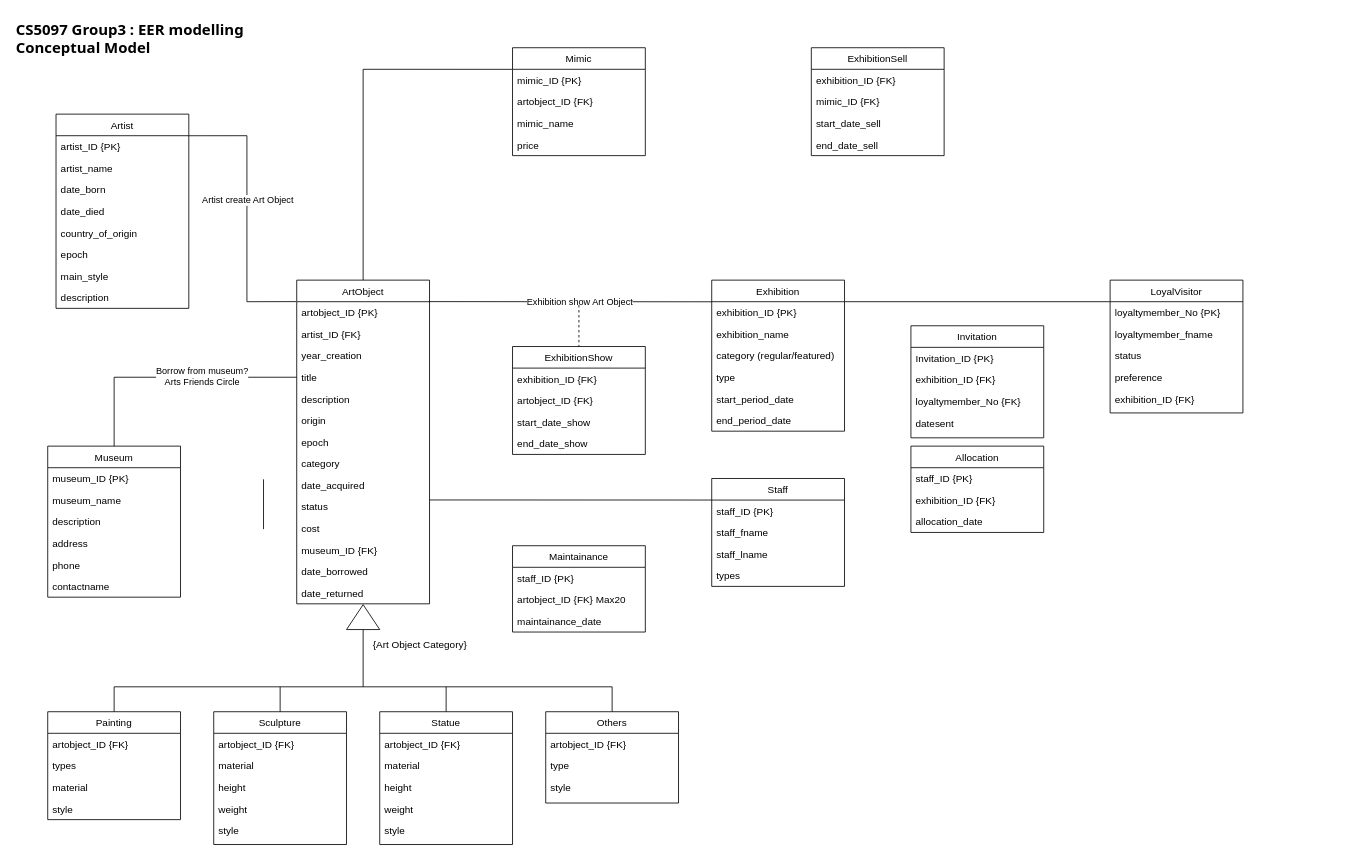
Earlier version of the draw.io diagram Group3_EER_Conceptual-model.drawio (chanokchut/CS5097). Source tidied: cells renumbered, new cells numbered last; positions are measured from the earlier drawing's top-left corner, leaving out a move shared by most shapes. Both pictures are drawn from the tidied source at 83%, with x=0, y=0 at pixel (14, 14).
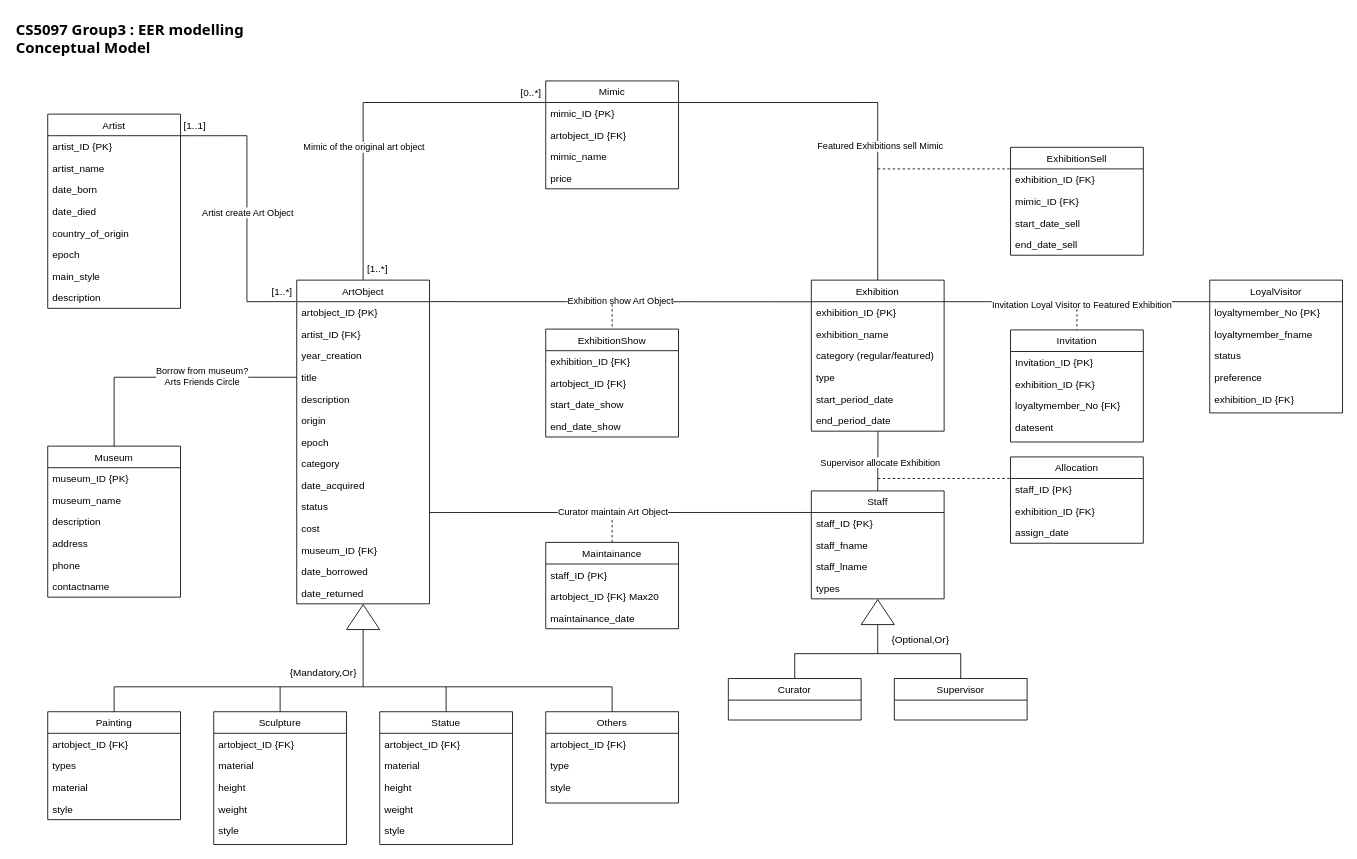
Above is the later version.

The change refers to these unchanged cells:
```xml
<mxCell id="9" value="ArtObject" style="swimlane;fontStyle=0;align=center;verticalAlign=top;horizontal=1;startSize=26;rounded=0;shadow=0;strokeWidth=1;" parent="1" vertex="1">
  <mxGeometry x="340" y="320" width="160" height="390" as="geometry" />
</mxCell>
<mxCell id="19" value="status" style="text;align=left;verticalAlign=top;spacingLeft=4;spacingRight=4;overflow=hidden;points=[[0,0.5],[1,0.5]];portConstraint=eastwest;" parent="9" vertex="1">
  <mxGeometry y="260" width="160" height="26" as="geometry" />
</mxCell>
<mxCell id="60" value="end_period_date" style="text;align=left;verticalAlign=top;spacingLeft=4;spacingRight=4;overflow=hidden;points=[[0,0.5],[1,0.5]];portConstraint=eastwest;" parent="54" vertex="1">
  <mxGeometry y="156" width="160" height="26" as="geometry" />
</mxCell>
<mxCell id="62" value="mimic_ID {PK}" style="text;align=left;verticalAlign=top;spacingLeft=4;spacingRight=4;overflow=hidden;points=[[0,0.5],[1,0.5]];portConstraint=eastwest;" parent="61" vertex="1">
  <mxGeometry y="26" width="160" height="26" as="geometry" />
</mxCell>
<mxCell id="73" value="staff_ID {PK}" style="text;align=left;verticalAlign=top;spacingLeft=4;spacingRight=4;overflow=hidden;points=[[0,0.5],[1,0.5]];portConstraint=eastwest;" parent="72" vertex="1">
  <mxGeometry y="26" width="160" height="26" as="geometry" />
</mxCell>
<mxCell id="82" value="staff_ID {PK}" style="text;align=left;verticalAlign=top;spacingLeft=4;spacingRight=4;overflow=hidden;points=[[0,0.5],[1,0.5]];portConstraint=eastwest;" parent="81" vertex="1">
  <mxGeometry y="26" width="160" height="26" as="geometry" />
</mxCell>
<mxCell id="91" value="exhibition_ID {FK}" style="text;align=left;verticalAlign=top;spacingLeft=4;spacingRight=4;overflow=hidden;points=[[0,0.5],[1,0.5]];portConstraint=eastwest;" parent="90" vertex="1">
  <mxGeometry y="26" width="160" height="26" as="geometry" />
</mxCell>
<mxCell id="111" style="endArrow=none;html=1;rounded=0;exitX=0.999;exitY=0.002;exitDx=0;exitDy=0;exitPerimeter=0;entryX=-0.005;entryY=-0.004;entryDx=0;entryDy=0;entryPerimeter=0;" parent="1" edge="1" source="25" target="10">
  <mxGeometry relative="1" as="geometry">
    <Array as="points">
      <mxPoint x="280" y="146" />
      <mxPoint x="280" y="346" />
    </Array>
  </mxGeometry>
</mxCell>
<mxCell id="115" style="endArrow=none;html=1;rounded=0;exitX=0.001;exitY=0.004;exitDx=0;exitDy=0;exitPerimeter=0;entryX=0.995;entryY=-0.004;entryDx=0;entryDy=0;entryPerimeter=0;" parent="1" edge="1" source="55" target="10">
  <mxGeometry relative="1" as="geometry" />
</mxCell>
<mxCell id="118" style="endArrow=none;html=1;rounded=0;exitX=0;exitY=0;exitDx=0;exitDy=0;exitPerimeter=0;entryX=1;entryY=0;entryDx=0;entryDy=0;entryPerimeter=0;" parent="1" edge="1" source="67" target="55">
  <mxGeometry relative="1" as="geometry" />
</mxCell>
```

Change to the diagram source:
```diff
@@
     <mxCell id="24" value="Artist" style="swimlane;fontStyle=0;align=center;verticalAlign=top;horizontal=1;startSize=26;rounded=0;shadow=0;strokeWidth=1;" parent="1" vertex="1">
-      <mxGeometry x="50" y="120" width="160" height="234" as="geometry" />
+      <mxGeometry x="40" y="120" width="160" height="234" as="geometry" />
     </mxCell>
@@
     <mxCell id="54" value="Exhibition" style="swimlane;fontStyle=0;align=center;verticalAlign=top;horizontal=1;startSize=26;rounded=0;shadow=0;strokeWidth=1;" parent="1" vertex="1">
-      <mxGeometry x="840" y="320" width="160" height="182" as="geometry" />
+      <mxGeometry x="960" y="320" width="160" height="182" as="geometry" />
     </mxCell>
@@
     <mxCell id="61" value="Mimic" style="swimlane;fontStyle=0;align=center;verticalAlign=top;horizontal=1;startSize=26;rounded=0;shadow=0;strokeWidth=1;" parent="1" vertex="1">
-      <mxGeometry x="600" y="40" width="160" height="130" as="geometry" />
+      <mxGeometry x="640" y="80" width="160" height="130" as="geometry" />
     </mxCell>
@@
     <mxCell id="66" value="LoyalVisitor" style="swimlane;fontStyle=0;align=center;verticalAlign=top;horizontal=1;startSize=26;rounded=0;shadow=0;strokeWidth=1;" parent="1" vertex="1">
-      <mxGeometry x="1320" y="320" width="160" height="160" as="geometry" />
+      <mxGeometry x="1440" y="320" width="160" height="160" as="geometry" />
     </mxCell>
@@
     <mxCell id="72" value="Staff" style="swimlane;fontStyle=0;align=center;verticalAlign=top;horizontal=1;startSize=26;rounded=0;shadow=0;strokeWidth=1;" parent="1" vertex="1">
-      <mxGeometry x="840" y="559" width="160" height="130" as="geometry" />
+      <mxGeometry x="960" y="574" width="160" height="130" as="geometry" />
     </mxCell>
@@
     <mxCell id="77" value="Maintainance" style="swimlane;fontStyle=0;align=center;verticalAlign=top;horizontal=1;startSize=26;rounded=0;shadow=0;strokeWidth=1;" parent="1" vertex="1">
-      <mxGeometry x="600" y="640" width="160" height="104" as="geometry" />
+      <mxGeometry x="640" y="636" width="160" height="104" as="geometry" />
     </mxCell>
@@
     <mxCell id="81" value="Allocation" style="swimlane;fontStyle=0;align=center;verticalAlign=top;horizontal=1;startSize=26;rounded=0;shadow=0;strokeWidth=1;" parent="1" vertex="1">
-      <mxGeometry x="1080" y="520" width="160" height="104" as="geometry" />
+      <mxGeometry x="1200" y="533" width="160" height="104" as="geometry" />
     </mxCell>
@@
-    <mxCell id="84" value="allocation_date" style="text;align=left;verticalAlign=top;spacingLeft=4;spacingRight=4;overflow=hidden;" parent="81" vertex="1">
+    <mxCell id="84" value="assign_date" style="text;align=left;verticalAlign=top;spacingLeft=4;spacingRight=4;overflow=hidden;" parent="81" vertex="1">
       <mxGeometry y="78" width="160" height="26" as="geometry" />
     </mxCell>
     <mxCell id="85" value="ExhibitionShow" style="swimlane;fontStyle=0;align=center;verticalAlign=top;horizontal=1;startSize=26;rounded=0;shadow=0;strokeWidth=1;" parent="1" vertex="1">
-      <mxGeometry x="600" y="400" width="160" height="130" as="geometry" />
+      <mxGeometry x="640" y="379" width="160" height="130" as="geometry" />
     </mxCell>
@@
     <mxCell id="90" value="ExhibitionSell" style="swimlane;fontStyle=0;align=center;verticalAlign=top;horizontal=1;startSize=26;rounded=0;shadow=0;strokeWidth=1;" parent="1" vertex="1">
-      <mxGeometry x="960" y="40" width="160" height="130" as="geometry" />
+      <mxGeometry x="1200" y="160" width="160" height="130" as="geometry" />
     </mxCell>
@@
     <mxCell id="96" value="Invitation" style="swimlane;fontStyle=0;align=center;verticalAlign=top;horizontal=1;startSize=26;rounded=0;shadow=0;strokeWidth=1;" parent="1" vertex="1">
-      <mxGeometry x="1080" y="375" width="160" height="135" as="geometry" />
+      <mxGeometry x="1200" y="380" width="160" height="135" as="geometry" />
     </mxCell>
@@
-    <mxCell id="102" style="endArrow=none;html=1;rounded=0;" parent="1" edge="1">
-      <mxGeometry relative="1" as="geometry">
-        <mxPoint x="300" y="560" as="sourcePoint" />
-        <mxPoint x="300" y="620" as="targetPoint" />
-      </mxGeometry>
-    </mxCell>
@@
-    <mxCell id="112" value="&amp;nbsp;Artist create Art Object&amp;nbsp;" style="edgeLabel;html=1;align=center;verticalAlign=middle;rotation=0;" parent="111" vertex="1">
+    <mxCell id="112" value="Artist create Art Object" style="edgeLabel;html=1;align=center;verticalAlign=middle;rotation=0;" parent="111" vertex="1">
       <mxGeometry x="-0.46" relative="1" as="geometry">
-        <mxPoint y="59" as="offset" />
+        <mxPoint y="81" as="offset" />
       </mxGeometry>
     </mxCell>
-    <mxCell id="113" value="{Art Object Category}" style="text;whiteSpace=wrap;" parent="1" vertex="1">
-      <mxGeometry x="430" y="746" width="140" height="40" as="geometry" />
+    <mxCell id="113" value="{Mandatory,Or}" style="text;whiteSpace=wrap;" parent="1" vertex="1">
+      <mxGeometry x="330" y="780" width="90" height="30" as="geometry" />
     </mxCell>
     <mxCell id="114" style="endArrow=none;html=1;rounded=0;entryX=0.5;entryY=0;entryDx=0;entryDy=0;exitX=-0.002;exitY=0.001;exitDx=0;exitDy=0;exitPerimeter=0;" parent="1" edge="1" source="62" target="9">
       <mxGeometry relative="1" as="geometry">
         <Array as="points">
-          <mxPoint x="420" y="66" />
+          <mxPoint x="420" y="106" />
         </Array>
       </mxGeometry>
     </mxCell>
+    <mxCell id="120" value="Mimic of the original art object" style="edgeLabel;html=1;align=center;verticalAlign=middle;" parent="114" vertex="1">
+      <mxGeometry x="0.1" y="2" relative="1" as="geometry">
+        <mxPoint x="-2" y="34" as="offset" />
+      </mxGeometry>
+    </mxCell>
@@
     <mxCell id="116" value="Exhibition show Art Object" style="edgeLabel;html=1;align=center;verticalAlign=middle;" parent="115" vertex="1">
       <mxGeometry x="0.01" y="1" relative="1" as="geometry">
-        <mxPoint x="12" y="-1" as="offset" />
+        <mxPoint x="2" y="-2" as="offset" />
       </mxGeometry>
     </mxCell>
-    <mxCell id="117" style="endArrow=none;html=1;rounded=0;exitX=0;exitY=-0.002;exitDx=0;exitDy=0;exitPerimeter=0;entryX=1.001;entryY=0.187;entryDx=0;entryDy=0;entryPerimeter=0;" parent="1" edge="1" source="73" target="19">
+    <mxCell id="117" style="endArrow=none;html=1;rounded=0;exitX=0;exitY=-0.002;exitDx=0;exitDy=0;exitPerimeter=0;entryX=1;entryY=0.769;entryDx=0;entryDy=0;entryPerimeter=0;" parent="1" edge="1" source="73" target="19">
       <mxGeometry relative="1" as="geometry" />
     </mxCell>
+    <mxCell id="121" value="Curator maintain Art Object" style="edgeLabel;html=1;align=center;verticalAlign=middle;" parent="117" vertex="1">
+      <mxGeometry x="-0.04" y="2" relative="1" as="geometry">
+        <mxPoint x="-19" y="-3" as="offset" />
+      </mxGeometry>
+    </mxCell>
@@
+    <mxCell id="122" value="Invitation Loyal Visitor to Featured Exhibition" style="edgeLabel;html=1;align=center;verticalAlign=middle;" parent="118" vertex="1">
+      <mxGeometry x="-0.03" y="3" relative="1" as="geometry" />
+    </mxCell>
     <mxCell id="119" style="endArrow=none;html=1;rounded=0;entryX=0.5;entryY=0;entryDx=0;entryDy=0;dashed=1;" parent="1" edge="1" target="85">
       <mxGeometry relative="1" as="geometry">
-        <mxPoint x="680" y="350" as="sourcePoint" />
+        <mxPoint x="720" y="349" as="sourcePoint" />
       </mxGeometry>
     </mxCell>
+    <mxCell id="123" style="endArrow=none;html=1;rounded=0;entryX=0.5;entryY=0;entryDx=0;entryDy=0;dashed=1;" parent="1" edge="1" target="77">
+      <mxGeometry relative="1" as="geometry">
+        <mxPoint x="720" y="609" as="sourcePoint" />
+      </mxGeometry>
+    </mxCell>
+    <mxCell id="124" style="endArrow=none;html=1;rounded=0;entryX=0.5;entryY=0;entryDx=0;entryDy=0;dashed=1;" parent="1" edge="1" target="96">
+      <mxGeometry relative="1" as="geometry">
+        <mxPoint x="1280" y="355" as="sourcePoint" />
+      </mxGeometry>
+    </mxCell>
+    <mxCell id="125" style="endArrow=none;html=1;rounded=0;entryX=0.007;entryY=-0.002;entryDx=0;entryDy=0;dashed=1;entryPerimeter=0;" parent="1" edge="1" target="82">
+      <mxGeometry relative="1" as="geometry">
+        <mxPoint x="1040" y="559" as="sourcePoint" />
+      </mxGeometry>
+    </mxCell>
+    <mxCell id="126" style="endArrow=none;html=1;rounded=0;entryX=0.5;entryY=0;entryDx=0;entryDy=0;exitX=0.502;exitY=1.003;exitDx=0;exitDy=0;exitPerimeter=0;" parent="1" edge="1" source="60" target="72">
+      <mxGeometry relative="1" as="geometry" />
+    </mxCell>
+    <mxCell id="127" value="Supervisor allocate Exhibition" style="edgeLabel;html=1;align=center;verticalAlign=middle;" parent="126" vertex="1">
+      <mxGeometry x="0.02" y="2" relative="1" as="geometry" />
+    </mxCell>
+    <mxCell id="128" value="Curator" style="swimlane;fontStyle=0;align=center;verticalAlign=top;horizontal=1;startSize=26;rounded=0;shadow=0;strokeWidth=1;" parent="1" vertex="1">
+      <mxGeometry x="860" y="800" width="160" height="50" as="geometry" />
+    </mxCell>
+    <mxCell id="129" value="Supervisor" style="swimlane;fontStyle=0;align=center;verticalAlign=top;horizontal=1;startSize=26;rounded=0;shadow=0;strokeWidth=1;" parent="1" vertex="1">
+      <mxGeometry x="1060" y="800" width="160" height="50" as="geometry" />
+    </mxCell>
+    <mxCell id="130" style="triangle;whiteSpace=wrap;html=1;rotation=-90;" parent="1" vertex="1">
+      <mxGeometry x="1025" y="700" width="30" height="40" as="geometry" />
+    </mxCell>
+    <mxCell id="131" style="endArrow=none;html=1;rounded=0;exitX=0;exitY=0.5;exitDx=0;exitDy=0;" parent="1" edge="1" source="130">
+      <mxGeometry relative="1" as="geometry">
+        <mxPoint x="1040" y="770" as="targetPoint" />
+      </mxGeometry>
+    </mxCell>
+    <mxCell id="132" style="endArrow=none;html=1;rounded=0;" parent="1" edge="1">
+      <mxGeometry relative="1" as="geometry">
+        <mxPoint x="940" y="770" as="sourcePoint" />
+        <mxPoint x="1140" y="770" as="targetPoint" />
+      </mxGeometry>
+    </mxCell>
+    <mxCell id="133" style="endArrow=none;html=1;rounded=0;entryX=0.5;entryY=0;entryDx=0;entryDy=0;" parent="1" edge="1" target="128">
+      <mxGeometry relative="1" as="geometry">
+        <mxPoint x="940" y="770" as="sourcePoint" />
+      </mxGeometry>
+    </mxCell>
+    <mxCell id="134" style="endArrow=none;html=1;rounded=0;entryX=0.5;entryY=0;entryDx=0;entryDy=0;" parent="1" edge="1" target="129">
+      <mxGeometry relative="1" as="geometry">
+        <mxPoint x="1140" y="770" as="sourcePoint" />
+      </mxGeometry>
+    </mxCell>
+    <mxCell id="135" value="{Optional,Or}" style="text;whiteSpace=wrap;" parent="1" vertex="1">
+      <mxGeometry x="1055" y="740" width="85" height="40" as="geometry" />
+    </mxCell>
+    <mxCell id="136" style="endArrow=none;html=1;rounded=0;entryX=0.5;entryY=0;entryDx=0;entryDy=0;exitX=0.996;exitY=0.001;exitDx=0;exitDy=0;exitPerimeter=0;" parent="1" edge="1" source="62" target="54">
+      <mxGeometry relative="1" as="geometry">
+        <Array as="points">
+          <mxPoint x="1040" y="106" />
+        </Array>
+      </mxGeometry>
+    </mxCell>
+    <mxCell id="137" value="Featured Exhibitions sell Mimic" style="edgeLabel;html=1;align=center;verticalAlign=middle;" parent="136" vertex="1">
+      <mxGeometry x="0.29" y="2" relative="1" as="geometry" />
+    </mxCell>
+    <mxCell id="138" style="endArrow=none;html=1;rounded=0;dashed=1;entryX=-0.002;entryY=0;entryDx=0;entryDy=0;entryPerimeter=0;" parent="1" edge="1" target="91">
+      <mxGeometry relative="1" as="geometry">
+        <mxPoint x="1040" y="186" as="sourcePoint" />
+      </mxGeometry>
+    </mxCell>
+    <mxCell id="139" value="[1..*]" style="text;html=1;align=center;verticalAlign=middle;whiteSpace=wrap;rounded=0;" parent="1" vertex="1">
+      <mxGeometry x="300" y="320" width="45" height="30" as="geometry" />
+    </mxCell>
+    <mxCell id="140" value="[1..1]" style="text;html=1;align=center;verticalAlign=middle;whiteSpace=wrap;rounded=0;" parent="1" vertex="1">
+      <mxGeometry x="195" y="120" width="45" height="30" as="geometry" />
+    </mxCell>
+    <mxCell id="141" value="[1..*]" style="text;html=1;align=center;verticalAlign=middle;whiteSpace=wrap;rounded=0;" parent="1" vertex="1">
+      <mxGeometry x="415" y="292" width="45" height="30" as="geometry" />
+    </mxCell>
+    <mxCell id="142" value="[0..*]" style="text;html=1;align=center;verticalAlign=middle;whiteSpace=wrap;rounded=0;" parent="1" vertex="1">
+      <mxGeometry x="600" y="80" width="45" height="30" as="geometry" />
+    </mxCell>
```
